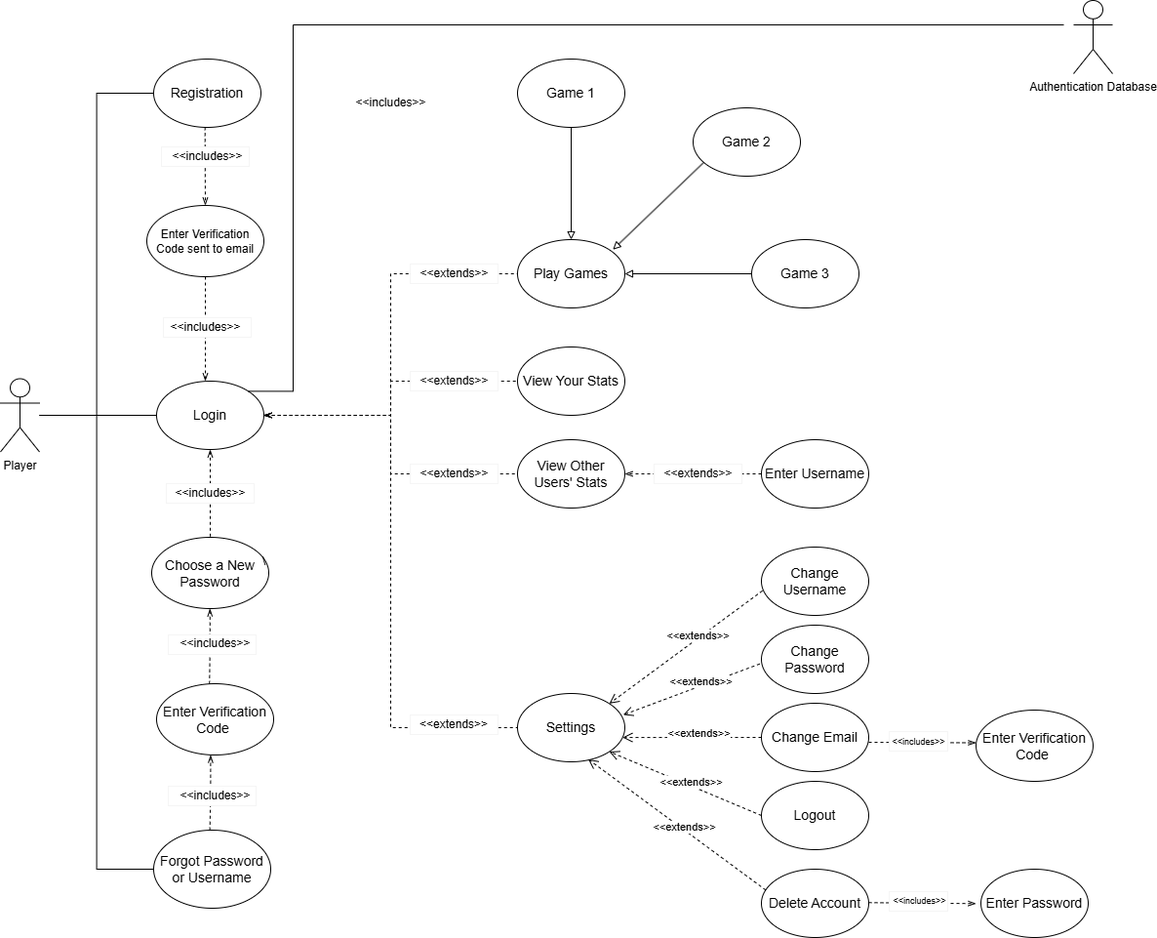
Before: use_case_diagram.drawio.png, a diagram exported from draw.io (farshadislam/Socketed-Multigame-GUI). Source tidied: cells renumbered, new cells last; positions are measured from the earlier drawing's top-left corner, leaving out a move shared by most shapes.
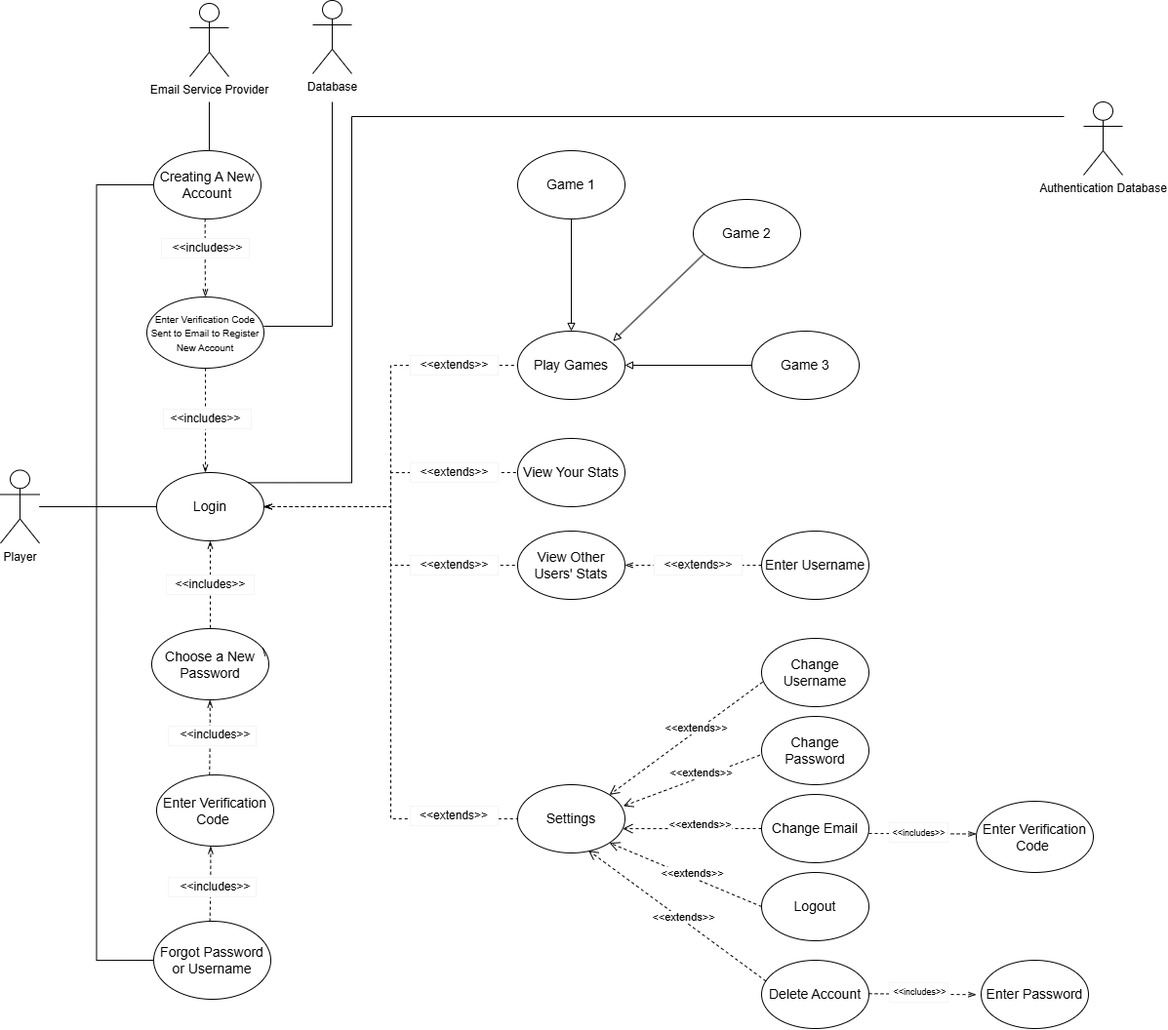
The same diagram one commit later.

Commit message:
Edited the use case diagram with new names for registering use cases and secondary actors

What changed in the source:
```diff
@@ -34,7 +34,7 @@
         <mxPoint x="210" y="390" as="targetPoint" />
       </mxGeometry>
     </mxCell>
-    <mxCell id="12" value="&lt;font style=&quot;font-size: 14px;&quot;&gt;Registration&lt;/font&gt;" style="ellipse;whiteSpace=wrap;html=1;" parent="1" vertex="1">
+    <mxCell id="12" value="&lt;font style=&quot;font-size: 14px;&quot;&gt;Creating A New Account&lt;/font&gt;" style="ellipse;whiteSpace=wrap;html=1;" parent="1" vertex="1">
       <mxGeometry x="157" y="60" width="110" height="70" as="geometry" />
     </mxCell>
     <mxCell id="13" value="&lt;font style=&quot;font-size: 14px;&quot;&gt;Forgot Password or Username&lt;/font&gt;" style="ellipse;whiteSpace=wrap;html=1;" parent="1" vertex="1">
@@ -99,15 +99,15 @@
         <mxPoint x="627.8" y="255.3" as="sourcePoint" />
       </mxGeometry>
     </mxCell>
-    <mxCell id="32" value="Authentication Database" style="shape=umlActor;verticalLabelPosition=bottom;verticalAlign=top;html=1;" parent="1" vertex="1">
-      <mxGeometry x="1100" width="40" height="75" as="geometry" />
+    <mxCell id="32" value="Database" style="shape=umlActor;verticalLabelPosition=bottom;verticalAlign=top;html=1;" parent="1" vertex="1">
+      <mxGeometry x="320" y="-94" width="40" height="75" as="geometry" />
     </mxCell>
     <mxCell id="33" style="edgeStyle=orthogonalEdgeStyle;rounded=0;jettySize=auto;html=1;exitX=1;exitY=0;exitDx=0;exitDy=0;endArrow=none;startFill=0;" parent="1" edge="1" source="10">
       <mxGeometry relative="1" as="geometry">
         <mxPoint x="1090" y="25" as="targetPoint" />
         <Array as="points">
-          <mxPoint x="300" y="400" />
-          <mxPoint x="300" y="25" />
+          <mxPoint x="360" y="400" />
+          <mxPoint x="360" y="25" />
         </Array>
       </mxGeometry>
     </mxCell>
@@ -206,12 +206,9 @@
     <mxCell id="59" style="edgeStyle=orthogonalEdgeStyle;rounded=0;jettySize=auto;html=1;endArrow=openThin;endFill=0;dashed=1;entryX=0.5;entryY=0;entryDx=0;entryDy=0;exitX=0.479;exitY=0.997;exitDx=0;exitDy=0;exitPerimeter=0;" parent="1" edge="1" source="12" target="60">
       <mxGeometry relative="1" as="geometry" />
     </mxCell>
-    <mxCell id="60" value="&lt;font style=&quot;font-size: 12px;&quot;&gt;Enter Verification Code sent to email&lt;/font&gt;" style="ellipse;whiteSpace=wrap;html=1;" parent="1" vertex="1">
+    <mxCell id="60" value="&lt;font style=&quot;font-size: 10px;&quot;&gt;Enter Verification Code Sent to Email to Register New Account&lt;/font&gt;" style="ellipse;whiteSpace=wrap;html=1;" parent="1" vertex="1">
       <mxGeometry x="150" y="210" width="120" height="73" as="geometry" />
     </mxCell>
-    <mxCell id="61" value="&amp;lt;&amp;lt;includes&amp;gt;&amp;gt;" style="text;html=1;align=center;verticalAlign=middle;strokeColor=none;fillColor=none;" parent="1" vertex="1">
-      <mxGeometry x="350" y="90" width="100" height="30" as="geometry" />
-    </mxCell>
     <mxCell id="62" style="rounded=0;whiteSpace=wrap;html=1;shadow=0;fillColor=light-dark(#FFFFFF,var(--ge-dark-color, #121212));strokeColor=light-dark(#F5F5F5,#FFFFFF);" parent="1" vertex="1">
       <mxGeometry x="167" y="325" width="90" height="20" as="geometry" />
     </mxCell>
@@ -256,5 +253,26 @@
     <mxCell id="74" value="&lt;font style=&quot;font-size: 9px;&quot;&gt;&amp;lt;&amp;lt;includes&amp;gt;&amp;gt;&lt;/font&gt;" style="text;html=1;align=center;verticalAlign=middle;strokeColor=none;fillColor=none;" parent="1" vertex="1">
       <mxGeometry x="902" y="907" width="80" height="30" as="geometry" />
     </mxCell>
+    <mxCell id="75" style="endArrow=none;html=1;rounded=0;" parent="1" edge="1">
+      <mxGeometry relative="1" as="geometry">
+        <mxPoint x="270" y="240" as="sourcePoint" />
+        <mxPoint x="340" y="10" as="targetPoint" />
+        <Array as="points">
+          <mxPoint x="340" y="240" />
+        </Array>
+      </mxGeometry>
+    </mxCell>
+    <mxCell id="76" value="Authentication Database" style="shape=umlActor;verticalLabelPosition=bottom;verticalAlign=top;html=1;" parent="1" vertex="1">
+      <mxGeometry x="1110" y="10" width="40" height="75" as="geometry" />
+    </mxCell>
+    <mxCell id="77" value="Email Service Provider" style="shape=umlActor;verticalLabelPosition=bottom;verticalAlign=top;html=1;" parent="1" vertex="1">
+      <mxGeometry x="194" y="-91" width="40" height="75" as="geometry" />
+    </mxCell>
+    <mxCell id="78" style="endArrow=none;html=1;rounded=0;" parent="1" edge="1">
+      <mxGeometry relative="1" as="geometry">
+        <mxPoint x="214" y="60" as="sourcePoint" />
+        <mxPoint x="214" y="10" as="targetPoint" />
+      </mxGeometry>
+    </mxCell>
   </root>
 </mxGraphModel>
```
